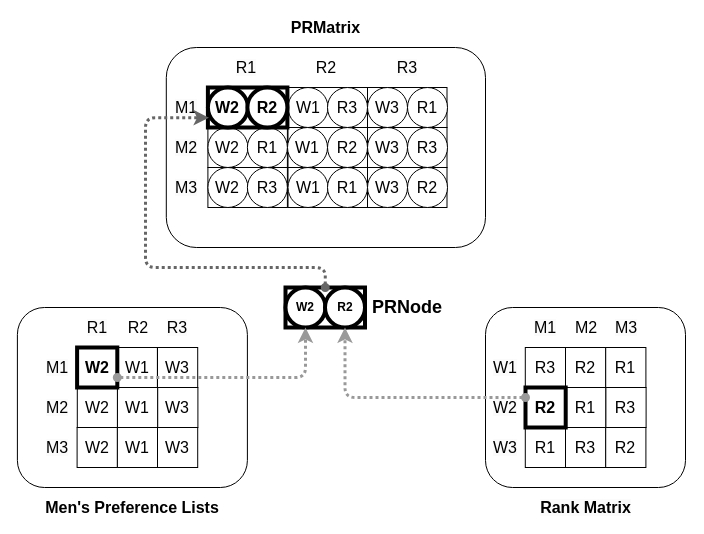
victorliu-sq/BambooSMP-Figures keeps this draw.io diagram as newPRMatrix.drawio. Above is the earlier version. Source tidied: cells renumbered, new cells numbered last; positions are measured from the earlier drawing's top-left corner, leaving out a move shared by most shapes. Both pictures are drawn from the tidied source at 100%, with x=0, y=0 at pixel (17, 17).
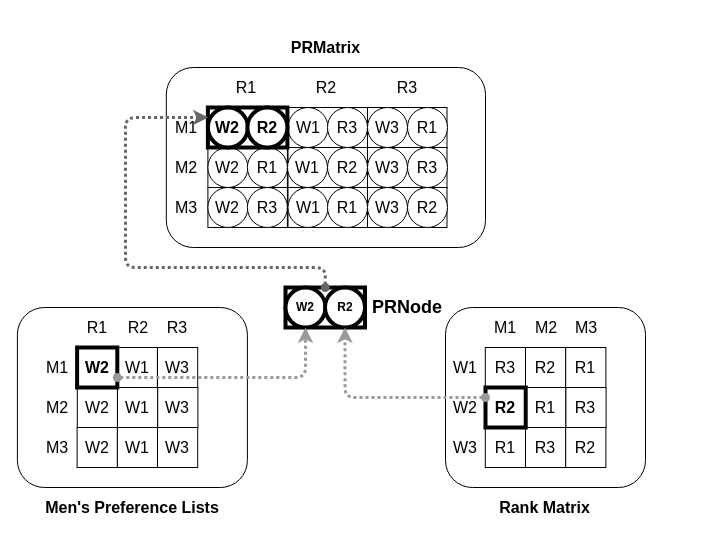
The same page after the edit.

Unchanged cells that the change refers to:
```xml
<mxCell id="36" style="rounded=0;whiteSpace=wrap;html=1;strokeWidth=4;" parent="1" vertex="1">
  <mxGeometry x="268" y="270" width="79.5" height="40" as="geometry" />
</mxCell>
```

The edit, as a diff of the source:
```diff
@@
     <mxCell id="3" style="rounded=1;whiteSpace=wrap;html=1;" parent="1" vertex="1">
-      <mxGeometry x="468" y="290" width="200" height="180" as="geometry" />
+      <mxGeometry x="428" y="290" width="200" height="180" as="geometry" />
     </mxCell>
     <mxCell id="4" style="rounded=1;whiteSpace=wrap;html=1;" parent="1" vertex="1">
-      <mxGeometry x="148.8" y="30" width="319.2" height="200" as="geometry" />
+      <mxGeometry x="148.8" y="50" width="319.2" height="180" as="geometry" />
     </mxCell>
     <mxCell id="5" value="R2" style="rounded=0;whiteSpace=wrap;html=1;fontSize=16;" parent="1" vertex="1">
-      <mxGeometry x="548" y="330" width="40.2" height="40" as="geometry" />
+      <mxGeometry x="508" y="330" width="40.2" height="40" as="geometry" />
     </mxCell>
     <mxCell id="6" value="R1" style="rounded=0;whiteSpace=wrap;html=1;fontSize=16;" parent="1" vertex="1">
-      <mxGeometry x="588.2" y="330" width="40.2" height="40" as="geometry" />
+      <mxGeometry x="548.2" y="330" width="40.2" height="40" as="geometry" />
     </mxCell>
     <mxCell id="7" value="R1" style="rounded=0;whiteSpace=wrap;html=1;fontSize=16;" parent="1" vertex="1">
-      <mxGeometry x="548.2" y="370" width="40.2" height="40" as="geometry" />
+      <mxGeometry x="508.2" y="370" width="40.2" height="40" as="geometry" />
     </mxCell>
     <mxCell id="8" value="R3" style="rounded=0;whiteSpace=wrap;html=1;fontSize=16;" parent="1" vertex="1">
-      <mxGeometry x="588.4" y="370" width="40.2" height="40" as="geometry" />
+      <mxGeometry x="548.4" y="370" width="40.2" height="40" as="geometry" />
     </mxCell>
     <mxCell id="9" value="R3" style="rounded=0;whiteSpace=wrap;html=1;fontSize=16;" parent="1" vertex="1">
-      <mxGeometry x="548" y="410" width="40.2" height="40" as="geometry" />
+      <mxGeometry x="508" y="410" width="40.2" height="40" as="geometry" />
     </mxCell>
     <mxCell id="10" value="R2" style="rounded=0;whiteSpace=wrap;html=1;fontSize=16;" parent="1" vertex="1">
-      <mxGeometry x="588.2" y="410" width="40.2" height="40" as="geometry" />
+      <mxGeometry x="548.2" y="410" width="40.2" height="40" as="geometry" />
     </mxCell>
     <mxCell id="11" value="R1" style="rounded=0;whiteSpace=wrap;html=1;strokeWidth=1;fontSize=16;" parent="1" vertex="1">
-      <mxGeometry x="507.8" y="410" width="40.2" height="40" as="geometry" />
+      <mxGeometry x="467.8" y="410" width="40.2" height="40" as="geometry" />
     </mxCell>
     <mxCell id="12" value="R3" style="rounded=0;whiteSpace=wrap;html=1;strokeWidth=1;fontSize=16;" parent="1" vertex="1">
-      <mxGeometry x="507.8" y="330" width="40.2" height="40" as="geometry" />
+      <mxGeometry x="467.8" y="330" width="40.2" height="40" as="geometry" />
     </mxCell>
     <mxCell id="13" value="&lt;span style=&quot;color: rgb(0, 0, 0); font-family: Helvetica; font-size: 16px; font-style: normal; font-variant-ligatures: normal; font-variant-caps: normal; letter-spacing: normal; orphans: 2; text-indent: 0px; text-transform: none; widows: 2; word-spacing: 0px; -webkit-text-stroke-width: 0px; white-space: nowrap; background-color: rgb(251, 251, 251); text-decoration-thickness: initial; text-decoration-style: initial; text-decoration-color: initial; float: none; display: inline !important;&quot;&gt;Rank Matrix&lt;/span&gt;" style="text;whiteSpace=wrap;html=1;align=center;strokeColor=none;verticalAlign=middle;strokeWidth=0;fontSize=16;fontStyle=1;" parent="1" vertex="1">
-      <mxGeometry x="529.1" y="480" width="79.2" height="20" as="geometry" />
+      <mxGeometry x="488.4" y="480" width="79.2" height="20" as="geometry" />
     </mxCell>
     <mxCell id="14" value="&lt;span style=&quot;color: rgb(0, 0, 0); font-family: Helvetica; font-size: 16px; font-style: normal; font-variant-ligatures: normal; font-variant-caps: normal; font-weight: 400; letter-spacing: normal; orphans: 2; text-indent: 0px; text-transform: none; widows: 2; word-spacing: 0px; -webkit-text-stroke-width: 0px; white-space: normal; background-color: rgb(251, 251, 251); text-decoration-thickness: initial; text-decoration-style: initial; text-decoration-color: initial; float: none; display: inline !important;&quot;&gt;W1&lt;/span&gt;" style="text;whiteSpace=wrap;html=1;align=center;verticalAlign=middle;fontSize=16;" parent="1" vertex="1">
-      <mxGeometry x="468" y="330" width="40" height="40" as="geometry" />
+      <mxGeometry x="428" y="330" width="40" height="40" as="geometry" />
     </mxCell>
     <mxCell id="15" value="&lt;span style=&quot;color: rgb(0, 0, 0); font-family: Helvetica; font-size: 16px; font-style: normal; font-variant-ligatures: normal; font-variant-caps: normal; font-weight: 400; letter-spacing: normal; orphans: 2; text-indent: 0px; text-transform: none; widows: 2; word-spacing: 0px; -webkit-text-stroke-width: 0px; white-space: normal; background-color: rgb(251, 251, 251); text-decoration-thickness: initial; text-decoration-style: initial; text-decoration-color: initial; float: none; display: inline !important;&quot;&gt;W2&lt;/span&gt;" style="text;whiteSpace=wrap;html=1;align=center;verticalAlign=middle;fontSize=16;" parent="1" vertex="1">
-      <mxGeometry x="468" y="370" width="40" height="40" as="geometry" />
+      <mxGeometry x="428" y="370" width="40" height="40" as="geometry" />
     </mxCell>
     <mxCell id="16" value="&lt;span style=&quot;color: rgb(0, 0, 0); font-family: Helvetica; font-size: 16px; font-style: normal; font-variant-ligatures: normal; font-variant-caps: normal; font-weight: 400; letter-spacing: normal; orphans: 2; text-indent: 0px; text-transform: none; widows: 2; word-spacing: 0px; -webkit-text-stroke-width: 0px; white-space: normal; background-color: rgb(251, 251, 251); text-decoration-thickness: initial; text-decoration-style: initial; text-decoration-color: initial; float: none; display: inline !important;&quot;&gt;W3&lt;/span&gt;" style="text;whiteSpace=wrap;html=1;align=center;verticalAlign=middle;fontSize=16;" parent="1" vertex="1">
-      <mxGeometry x="468" y="410" width="40" height="40" as="geometry" />
+      <mxGeometry x="428" y="410" width="40" height="40" as="geometry" />
     </mxCell>
     <mxCell id="17" value="&lt;span style=&quot;color: rgb(0, 0, 0); font-family: Helvetica; font-size: 16px; font-style: normal; font-variant-ligatures: normal; font-variant-caps: normal; font-weight: 400; letter-spacing: normal; orphans: 2; text-indent: 0px; text-transform: none; widows: 2; word-spacing: 0px; -webkit-text-stroke-width: 0px; white-space: normal; background-color: rgb(251, 251, 251); text-decoration-thickness: initial; text-decoration-style: initial; text-decoration-color: initial; float: none; display: inline !important;&quot;&gt;M1&lt;/span&gt;" style="text;whiteSpace=wrap;html=1;align=center;verticalAlign=middle;fontSize=16;" parent="1" vertex="1">
-      <mxGeometry x="508.2" y="290" width="40" height="40" as="geometry" />
+      <mxGeometry x="468.2" y="290" width="40" height="40" as="geometry" />
     </mxCell>
     <mxCell id="18" value="M2" style="text;whiteSpace=wrap;html=1;align=center;verticalAlign=middle;fontSize=16;" parent="1" vertex="1">
-      <mxGeometry x="548.8" y="290" width="40" height="40" as="geometry" />
+      <mxGeometry x="508.8" y="290" width="40" height="40" as="geometry" />
     </mxCell>
     <mxCell id="19" value="&lt;span style=&quot;color: rgb(0, 0, 0); font-family: Helvetica; font-size: 16px; font-style: normal; font-variant-ligatures: normal; font-variant-caps: normal; font-weight: 400; letter-spacing: normal; orphans: 2; text-indent: 0px; text-transform: none; widows: 2; word-spacing: 0px; -webkit-text-stroke-width: 0px; white-space: normal; background-color: rgb(251, 251, 251); text-decoration-thickness: initial; text-decoration-style: initial; text-decoration-color: initial; float: none; display: inline !important;&quot;&gt;M3&lt;/span&gt;" style="text;whiteSpace=wrap;html=1;align=center;verticalAlign=middle;fontSize=16;" parent="1" vertex="1">
-      <mxGeometry x="588.6" y="290" width="40" height="40" as="geometry" />
+      <mxGeometry x="548.6" y="290" width="40" height="40" as="geometry" />
     </mxCell>
     <mxCell id="20" value="&lt;b style=&quot;font-size: 16px;&quot;&gt;R2&lt;/b&gt;" style="rounded=0;whiteSpace=wrap;html=1;strokeWidth=4;fontSize=16;" parent="1" vertex="1">
-      <mxGeometry x="508" y="370" width="40.2" height="40" as="geometry" />
+      <mxGeometry x="468" y="370" width="40.2" height="40" as="geometry" />
     </mxCell>
@@
     <mxCell id="40" style="rounded=0;whiteSpace=wrap;html=1;strokeWidth=1;fontSize=16;" parent="1" vertex="1">
-      <mxGeometry x="270.5" y="70" width="79.5" height="40" as="geometry" />
+      <mxGeometry x="270.5" y="90" width="79.5" height="40" as="geometry" />
     </mxCell>
     <mxCell id="41" value="W1" style="ellipse;whiteSpace=wrap;html=1;fontSize=16;" parent="1" vertex="1">
-      <mxGeometry x="270.5" y="70" width="40" height="40" as="geometry" />
+      <mxGeometry x="270.5" y="90" width="40" height="40" as="geometry" />
     </mxCell>
     <mxCell id="42" style="rounded=0;whiteSpace=wrap;html=1;strokeWidth=1;fontSize=16;" parent="1" vertex="1">
-      <mxGeometry x="350" y="70" width="79.5" height="40" as="geometry" />
+      <mxGeometry x="350" y="90" width="79.5" height="40" as="geometry" />
     </mxCell>
     <mxCell id="43" value="W3" style="ellipse;whiteSpace=wrap;html=1;fontSize=16;" parent="1" vertex="1">
-      <mxGeometry x="350" y="70" width="40" height="40" as="geometry" />
+      <mxGeometry x="350" y="90" width="40" height="40" as="geometry" />
     </mxCell>
     <mxCell id="44" style="rounded=0;whiteSpace=wrap;html=1;strokeWidth=1;fontSize=16;" parent="1" vertex="1">
-      <mxGeometry x="190.4" y="110" width="79.5" height="40" as="geometry" />
+      <mxGeometry x="190.4" y="130" width="79.5" height="40" as="geometry" />
     </mxCell>
     <mxCell id="45" value="W2" style="ellipse;whiteSpace=wrap;html=1;fontSize=16;" parent="1" vertex="1">
-      <mxGeometry x="190.4" y="110" width="40" height="40" as="geometry" />
+      <mxGeometry x="190.4" y="130" width="40" height="40" as="geometry" />
     </mxCell>
     <mxCell id="46" value="R1" style="ellipse;whiteSpace=wrap;html=1;fontSize=16;" parent="1" vertex="1">
-      <mxGeometry x="229.9" y="110" width="40" height="40" as="geometry" />
+      <mxGeometry x="229.9" y="130" width="40" height="40" as="geometry" />
     </mxCell>
     <mxCell id="47" style="rounded=0;whiteSpace=wrap;html=1;strokeWidth=1;fontSize=16;" parent="1" vertex="1">
-      <mxGeometry x="270.5" y="110" width="79.5" height="40" as="geometry" />
+      <mxGeometry x="270.5" y="130" width="79.5" height="40" as="geometry" />
     </mxCell>
     <mxCell id="48" value="R2" style="ellipse;whiteSpace=wrap;html=1;fontSize=16;" parent="1" vertex="1">
-      <mxGeometry x="310" y="110" width="40" height="40" as="geometry" />
+      <mxGeometry x="310" y="130" width="40" height="40" as="geometry" />
     </mxCell>
     <mxCell id="49" style="rounded=0;whiteSpace=wrap;html=1;strokeWidth=1;fontSize=16;" parent="1" vertex="1">
-      <mxGeometry x="350" y="110" width="79.5" height="40" as="geometry" />
+      <mxGeometry x="350" y="130" width="79.5" height="40" as="geometry" />
     </mxCell>
     <mxCell id="50" style="rounded=0;whiteSpace=wrap;html=1;strokeWidth=1;fontSize=16;" parent="1" vertex="1">
-      <mxGeometry x="190.4" y="150" width="79.5" height="40" as="geometry" />
+      <mxGeometry x="190.4" y="170" width="79.5" height="40" as="geometry" />
     </mxCell>
     <mxCell id="51" value="W2" style="ellipse;whiteSpace=wrap;html=1;fontSize=16;" parent="1" vertex="1">
-      <mxGeometry x="190.4" y="150" width="40" height="40" as="geometry" />
+      <mxGeometry x="190.4" y="170" width="40" height="40" as="geometry" />
     </mxCell>
     <mxCell id="52" value="R3" style="ellipse;whiteSpace=wrap;html=1;fontSize=16;" parent="1" vertex="1">
-      <mxGeometry x="229.9" y="150" width="40" height="40" as="geometry" />
+      <mxGeometry x="229.9" y="170" width="40" height="40" as="geometry" />
     </mxCell>
     <mxCell id="53" style="rounded=0;whiteSpace=wrap;html=1;strokeWidth=1;fontSize=16;" parent="1" vertex="1">
-      <mxGeometry x="270.5" y="150" width="79.5" height="40" as="geometry" />
+      <mxGeometry x="270.5" y="170" width="79.5" height="40" as="geometry" />
     </mxCell>
     <mxCell id="54" style="rounded=0;whiteSpace=wrap;html=1;strokeWidth=1;fontSize=16;" parent="1" vertex="1">
-      <mxGeometry x="350" y="150" width="79.5" height="40" as="geometry" />
+      <mxGeometry x="350" y="170" width="79.5" height="40" as="geometry" />
     </mxCell>
     <mxCell id="55" value="&lt;span style=&quot;font-size: 16px; text-wrap: nowrap;&quot;&gt;&lt;span style=&quot;font-size: 16px;&quot;&gt;PRMatrix&lt;/span&gt;&lt;/span&gt;" style="text;whiteSpace=wrap;html=1;align=center;strokeColor=none;verticalAlign=middle;strokeWidth=0;fontSize=16;fontStyle=1;" parent="1" vertex="1">
-      <mxGeometry x="268.1" width="80.5" height="20" as="geometry" />
+      <mxGeometry x="268.1" y="20" width="80.5" height="20" as="geometry" />
     </mxCell>
@@
     <mxCell id="57" style="rounded=0;whiteSpace=wrap;html=1;strokeWidth=4;fontSize=16;" parent="1" vertex="1">
-      <mxGeometry x="190.4" y="70" width="79.5" height="40" as="geometry" />
+      <mxGeometry x="190.4" y="90" width="79.5" height="40" as="geometry" />
     </mxCell>
     <mxCell id="58" value="&lt;b style=&quot;font-size: 16px;&quot;&gt;W2&lt;/b&gt;" style="ellipse;whiteSpace=wrap;html=1;strokeWidth=4;fontSize=16;" parent="1" vertex="1">
-      <mxGeometry x="190.4" y="70" width="40" height="40" as="geometry" />
+      <mxGeometry x="190.4" y="90" width="40" height="40" as="geometry" />
     </mxCell>
     <mxCell id="59" value="&lt;b style=&quot;font-size: 16px;&quot;&gt;R2&lt;/b&gt;" style="ellipse;whiteSpace=wrap;html=1;strokeWidth=4;fontSize=16;" parent="1" vertex="1">
-      <mxGeometry x="229.9" y="70" width="40" height="40" as="geometry" />
+      <mxGeometry x="229.9" y="90" width="40" height="40" as="geometry" />
     </mxCell>
     <mxCell id="60" value="&lt;span style=&quot;color: rgb(0, 0, 0); font-family: Helvetica; font-size: 16px; font-style: normal; font-variant-ligatures: normal; font-variant-caps: normal; font-weight: 400; letter-spacing: normal; orphans: 2; text-indent: 0px; text-transform: none; widows: 2; word-spacing: 0px; -webkit-text-stroke-width: 0px; white-space: normal; background-color: rgb(251, 251, 251); text-decoration-thickness: initial; text-decoration-style: initial; text-decoration-color: initial; float: none; display: inline !important;&quot;&gt;M1&lt;/span&gt;" style="text;whiteSpace=wrap;html=1;align=center;verticalAlign=middle;fontSize=16;" parent="1" vertex="1">
-      <mxGeometry x="148.7" y="70" width="40" height="40" as="geometry" />
+      <mxGeometry x="148.7" y="90" width="40" height="40" as="geometry" />
     </mxCell>
     <mxCell id="61" value="&lt;span style=&quot;color: rgb(0, 0, 0); font-family: Helvetica; font-size: 16px; font-style: normal; font-variant-ligatures: normal; font-variant-caps: normal; font-weight: 400; letter-spacing: normal; orphans: 2; text-indent: 0px; text-transform: none; widows: 2; word-spacing: 0px; -webkit-text-stroke-width: 0px; white-space: normal; background-color: rgb(251, 251, 251); text-decoration-thickness: initial; text-decoration-style: initial; text-decoration-color: initial; float: none; display: inline !important;&quot;&gt;M2&lt;/span&gt;" style="text;whiteSpace=wrap;html=1;align=center;verticalAlign=middle;fontSize=16;" parent="1" vertex="1">
-      <mxGeometry x="148.7" y="110" width="40" height="40" as="geometry" />
+      <mxGeometry x="148.7" y="130" width="40" height="40" as="geometry" />
     </mxCell>
     <mxCell id="62" value="&lt;span style=&quot;color: rgb(0, 0, 0); font-family: Helvetica; font-size: 16px; font-style: normal; font-variant-ligatures: normal; font-variant-caps: normal; font-weight: 400; letter-spacing: normal; orphans: 2; text-indent: 0px; text-transform: none; widows: 2; word-spacing: 0px; -webkit-text-stroke-width: 0px; white-space: normal; background-color: rgb(251, 251, 251); text-decoration-thickness: initial; text-decoration-style: initial; text-decoration-color: initial; float: none; display: inline !important;&quot;&gt;M3&lt;/span&gt;" style="text;whiteSpace=wrap;html=1;align=center;verticalAlign=middle;fontSize=16;" parent="1" vertex="1">
-      <mxGeometry x="148.7" y="150" width="40" height="40" as="geometry" />
+      <mxGeometry x="148.7" y="170" width="40" height="40" as="geometry" />
     </mxCell>
     <mxCell id="63" value="&lt;span style=&quot;color: rgb(0, 0, 0); font-family: Helvetica; font-size: 16px; font-style: normal; font-variant-ligatures: normal; font-variant-caps: normal; font-weight: 400; letter-spacing: normal; orphans: 2; text-indent: 0px; text-transform: none; widows: 2; word-spacing: 0px; -webkit-text-stroke-width: 0px; white-space: normal; background-color: rgb(251, 251, 251); text-decoration-thickness: initial; text-decoration-style: initial; text-decoration-color: initial; float: none; display: inline !important;&quot;&gt;R1&lt;/span&gt;" style="text;whiteSpace=wrap;html=1;align=center;verticalAlign=middle;fontSize=16;" parent="1" vertex="1">
-      <mxGeometry x="208.8" y="30" width="40" height="40" as="geometry" />
+      <mxGeometry x="208.8" y="50" width="40" height="40" as="geometry" />
     </mxCell>
     <mxCell id="64" value="R2" style="text;whiteSpace=wrap;html=1;align=center;verticalAlign=middle;fontSize=16;" parent="1" vertex="1">
-      <mxGeometry x="288.8" y="30" width="40" height="40" as="geometry" />
+      <mxGeometry x="288.8" y="50" width="40" height="40" as="geometry" />
     </mxCell>
     <mxCell id="65" value="&lt;span style=&quot;color: rgb(0, 0, 0); font-family: Helvetica; font-size: 16px; font-style: normal; font-variant-ligatures: normal; font-variant-caps: normal; font-weight: 400; letter-spacing: normal; orphans: 2; text-indent: 0px; text-transform: none; widows: 2; word-spacing: 0px; -webkit-text-stroke-width: 0px; white-space: normal; background-color: rgb(251, 251, 251); text-decoration-thickness: initial; text-decoration-style: initial; text-decoration-color: initial; float: none; display: inline !important;&quot;&gt;R3&lt;/span&gt;" style="text;whiteSpace=wrap;html=1;align=center;verticalAlign=middle;fontSize=16;" parent="1" vertex="1">
-      <mxGeometry x="369.8" y="30" width="40" height="40" as="geometry" />
+      <mxGeometry x="369.8" y="50" width="40" height="40" as="geometry" />
     </mxCell>
     <mxCell id="66" value="W1" style="ellipse;whiteSpace=wrap;html=1;fontSize=16;" parent="1" vertex="1">
-      <mxGeometry x="270" y="110" width="40" height="40" as="geometry" />
+      <mxGeometry x="270" y="130" width="40" height="40" as="geometry" />
     </mxCell>
     <mxCell id="67" value="W1" style="ellipse;whiteSpace=wrap;html=1;fontSize=16;" parent="1" vertex="1">
-      <mxGeometry x="270.5" y="150" width="40" height="40" as="geometry" />
+      <mxGeometry x="270.5" y="170" width="40" height="40" as="geometry" />
     </mxCell>
     <mxCell id="68" value="W3" style="ellipse;whiteSpace=wrap;html=1;fontSize=16;" parent="1" vertex="1">
-      <mxGeometry x="350" y="110" width="40" height="40" as="geometry" />
+      <mxGeometry x="350" y="130" width="40" height="40" as="geometry" />
     </mxCell>
     <mxCell id="69" value="W3" style="ellipse;whiteSpace=wrap;html=1;fontSize=16;" parent="1" vertex="1">
-      <mxGeometry x="350" y="150" width="40" height="40" as="geometry" />
+      <mxGeometry x="350" y="170" width="40" height="40" as="geometry" />
     </mxCell>
     <mxCell id="70" value="R3" style="ellipse;whiteSpace=wrap;html=1;fontSize=16;" parent="1" vertex="1">
-      <mxGeometry x="310" y="70" width="40" height="40" as="geometry" />
+      <mxGeometry x="310" y="90" width="40" height="40" as="geometry" />
     </mxCell>
     <mxCell id="71" value="R1" style="ellipse;whiteSpace=wrap;html=1;fontSize=16;" parent="1" vertex="1">
-      <mxGeometry x="310" y="150" width="40" height="40" as="geometry" />
+      <mxGeometry x="310" y="170" width="40" height="40" as="geometry" />
     </mxCell>
     <mxCell id="72" value="R1" style="ellipse;whiteSpace=wrap;html=1;fontSize=16;" parent="1" vertex="1">
-      <mxGeometry x="390" y="70" width="40" height="40" as="geometry" />
+      <mxGeometry x="390" y="90" width="40" height="40" as="geometry" />
     </mxCell>
     <mxCell id="73" value="R3" style="ellipse;whiteSpace=wrap;html=1;fontSize=16;" parent="1" vertex="1">
-      <mxGeometry x="390" y="110" width="40" height="40" as="geometry" />
+      <mxGeometry x="390" y="130" width="40" height="40" as="geometry" />
     </mxCell>
     <mxCell id="74" value="R2" style="ellipse;whiteSpace=wrap;html=1;fontSize=16;" parent="1" vertex="1">
-      <mxGeometry x="390" y="150" width="40" height="40" as="geometry" />
+      <mxGeometry x="390" y="170" width="40" height="40" as="geometry" />
     </mxCell>
@@
-    <mxCell id="77" style="edgeStyle=orthogonalEdgeStyle;rounded=1;jettySize=auto;html=1;exitX=0.5;exitY=0;exitDx=0;exitDy=0;strokeWidth=3;strokeColor=#666666;endArrow=classic;endFill=1;dashed=1;curved=0;startArrow=oval;startFill=1;entryX=0.026;entryY=0.756;entryDx=0;entryDy=0;entryPerimeter=0;dashPattern=1 1;" parent="1" edge="1" source="36" target="58">
+    <mxCell id="77" style="edgeStyle=orthogonalEdgeStyle;rounded=1;jettySize=auto;html=1;exitX=0.5;exitY=0;exitDx=0;exitDy=0;strokeWidth=3;strokeColor=#666666;endArrow=classic;endFill=1;dashed=1;curved=0;startArrow=oval;startFill=1;dashPattern=1 1;" parent="1" edge="1" source="36">
       <mxGeometry relative="1" as="geometry">
+        <mxPoint x="191" y="100" as="targetPoint" />
         <Array as="points">
           <mxPoint x="308" y="250" />
-          <mxPoint x="128" y="250" />
-          <mxPoint x="128" y="100" />
+          <mxPoint x="108" y="250" />
+          <mxPoint x="108" y="100" />
         </Array>
       </mxGeometry>
     </mxCell>
```
